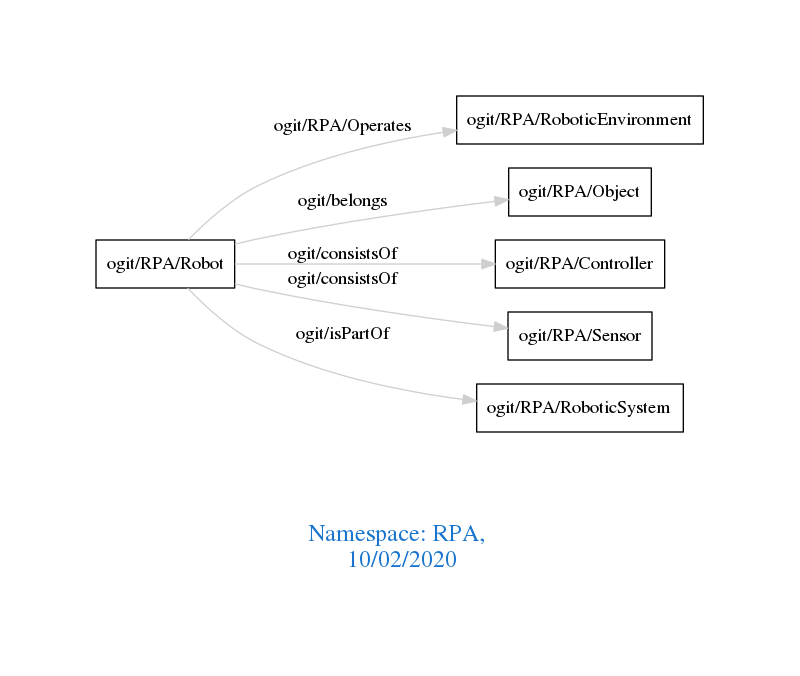
This is downloads/RPA.png from arago/OGIT, a Graphviz export, as it was before one commit. Its source is kept beside it as downloads/RPA.dot.
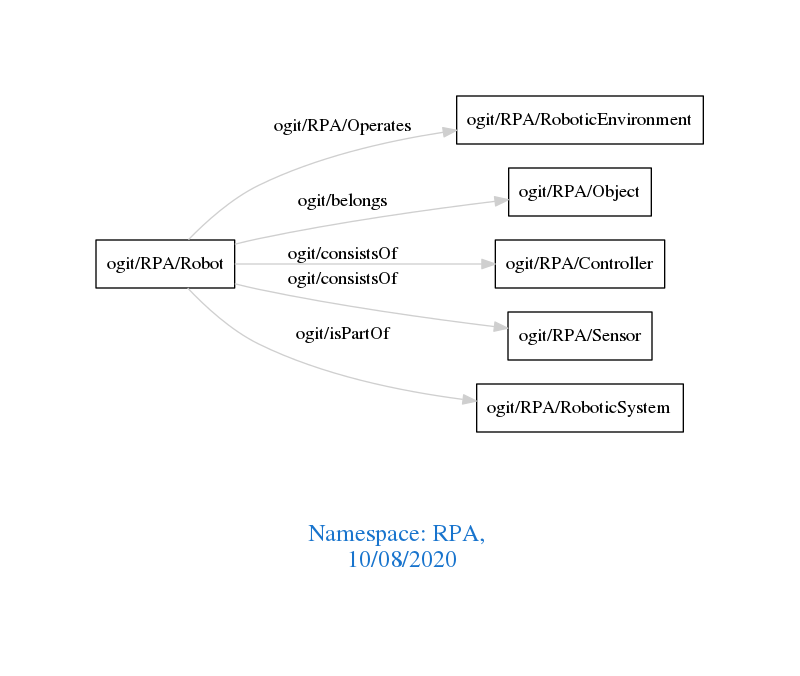
Later version of the same file.

Change to the diagram source:
```diff
@@ -1,7 +1,7 @@
 digraph OGIT_ontology {
  graph [ rankdir= LR,pad=1
 fontsize = 18,
-fontcolor= dodgerblue3,label = "\n\n\nNamespace: RPA, \n 10/02/2020"];
+fontcolor= dodgerblue3,label = "\n\n\nNamespace: RPA, \n 10/08/2020"];
 node[shape=polygon];
 edge [  color="gray81"];
 
```
